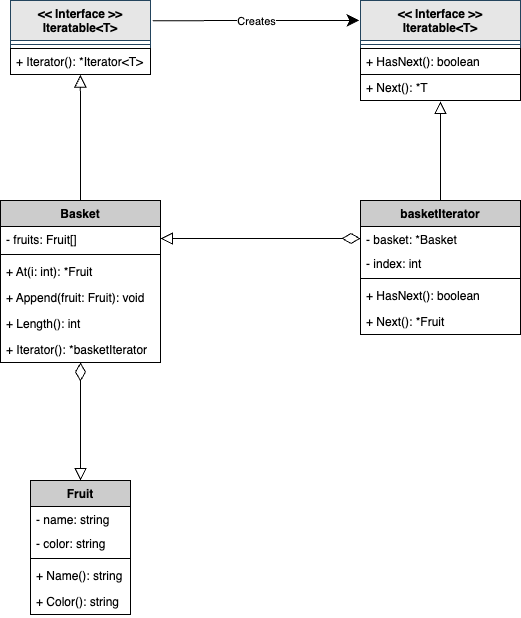
Before: internal/patterns/iterator/.docs/class-diagram.drawio.png, a diagram exported from draw.io (sh-yamaga/design-patterns-go). Source tidied: cells renumbered, new cells last; positions are measured from the earlier drawing's top-left corner, leaving out a move shared by most shapes. Source of this version:
```xml
<mxGraphModel background="#ffffff">
  <root>
    <mxCell id="0" />
    <mxCell id="1" parent="0" />
    <mxCell id="2" value="&lt;&lt; Interface &gt;&gt;&#10;Iteratable&lt;T&gt;" style="swimlane;fontStyle=1;align=center;verticalAlign=top;horizontal=1;startSize=40;fillColor=#E6E6E6;strokeColor=#23445d;fontColor=#000000;" parent="1" vertex="1">
      <mxGeometry x="10" width="140" height="74" as="geometry" />
    </mxCell>
    <mxCell id="3" style="line;strokeWidth=1;fillColor=none;align=left;verticalAlign=middle;spacingTop=-1;spacingLeft=3;spacingRight=3;labelPosition=right;strokeColor=inherit;" parent="2" vertex="1">
      <mxGeometry y="40" width="140" height="8" as="geometry" />
    </mxCell>
    <mxCell id="4" value="+ Iterator(): *Iterator&lt;T&gt;" style="text;strokeColor=#000000;fillColor=none;align=left;verticalAlign=top;spacingLeft=4;spacingRight=4;overflow=hidden;points=[[0,0.5],[1,0.5]];portConstraint=eastwest;fontColor=#000000;" parent="2" vertex="1">
      <mxGeometry y="48" width="140" height="26" as="geometry" />
    </mxCell>
    <mxCell id="5" value="&lt;&lt; Interface &gt;&gt;&#10;Iteratable&lt;T&gt;" style="swimlane;fontStyle=1;align=center;verticalAlign=top;horizontal=1;startSize=40;fillColor=#E6E6E6;strokeColor=#23445d;fontColor=#000000;" parent="1" vertex="1">
      <mxGeometry x="360" width="160" height="100" as="geometry" />
    </mxCell>
    <mxCell id="6" style="line;strokeWidth=1;fillColor=none;align=left;verticalAlign=middle;spacingTop=-1;spacingLeft=3;spacingRight=3;labelPosition=right;strokeColor=inherit;" parent="5" vertex="1">
      <mxGeometry y="40" width="160" height="8" as="geometry" />
    </mxCell>
    <mxCell id="7" value="+ HasNext(): boolean" style="text;strokeColor=#000000;fillColor=none;align=left;verticalAlign=top;spacingLeft=4;spacingRight=4;overflow=hidden;fontColor=#000000;" parent="5" vertex="1">
      <mxGeometry y="48" width="160" height="26" as="geometry" />
    </mxCell>
    <mxCell id="8" value="+ Next(): *T" style="text;strokeColor=#000000;fillColor=none;align=left;verticalAlign=top;spacingLeft=4;spacingRight=4;overflow=hidden;points=[[0,0.5],[1,0.5]];portConstraint=eastwest;fontColor=#000000;fontStyle=0;" parent="5" vertex="1">
      <mxGeometry y="74" width="160" height="26" as="geometry" />
    </mxCell>
    <mxCell id="9" style="endArrow=classic;html=1;strokeColor=#000000;fontColor=#000000;exitX=1.016;exitY=0.273;exitDx=0;exitDy=0;exitPerimeter=0;entryX=-0.007;entryY=0.199;entryDx=0;entryDy=0;entryPerimeter=0;endSize=10;" parent="1" edge="1" source="2" target="5">
      <mxGeometry relative="1" as="geometry" />
    </mxCell>
    <mxCell id="10" value="Creates" style="edgeLabel;html=1;align=center;verticalAlign=middle;labelBackgroundColor=#FFFFFF;strokeColor=#000000;fontColor=#000000;fillColor=none;" parent="9" vertex="1">
      <mxGeometry relative="1" as="geometry" />
    </mxCell>
    <mxCell id="11" value="Basket" style="swimlane;fontStyle=1;align=center;verticalAlign=top;horizontal=1;startSize=26;fillColor=#CCCCCC;fontColor=#000000;strokeColor=#000000;" parent="1" vertex="1">
      <mxGeometry y="200" width="160" height="162" as="geometry" />
    </mxCell>
    <mxCell id="12" value="- fruits: Fruit[]" style="text;strokeColor=none;fillColor=none;align=left;verticalAlign=top;spacingLeft=4;spacingRight=4;overflow=hidden;points=[[0,0.5],[1,0.5]];portConstraint=eastwest;fontColor=#000000;" parent="11" vertex="1">
      <mxGeometry y="26" width="160" height="24" as="geometry" />
    </mxCell>
    <mxCell id="13" style="line;strokeWidth=1;fillColor=none;align=left;verticalAlign=middle;spacingTop=-1;spacingLeft=3;spacingRight=3;labelPosition=right;strokeColor=inherit;" parent="11" vertex="1">
      <mxGeometry y="50" width="160" height="8" as="geometry" />
    </mxCell>
    <mxCell id="14" value="+ At(i: int): *Fruit" style="text;strokeColor=none;fillColor=none;align=left;verticalAlign=top;spacingLeft=4;spacingRight=4;overflow=hidden;fontColor=#000000;" parent="11" vertex="1">
      <mxGeometry y="58" width="160" height="26" as="geometry" />
    </mxCell>
    <mxCell id="15" value="+ Append(fruit: Fruit): void" style="text;strokeColor=none;fillColor=none;align=left;verticalAlign=top;spacingLeft=4;spacingRight=4;overflow=hidden;fontColor=#000000;" parent="11" vertex="1">
      <mxGeometry y="84" width="160" height="26" as="geometry" />
    </mxCell>
    <mxCell id="16" value="+ Length(): int" style="text;strokeColor=none;fillColor=none;align=left;verticalAlign=top;spacingLeft=4;spacingRight=4;overflow=hidden;fontColor=#000000;" parent="11" vertex="1">
      <mxGeometry y="110" width="160" height="26" as="geometry" />
    </mxCell>
    <mxCell id="17" value="+ Iterator(): *basketIterator" style="text;strokeColor=none;fillColor=none;align=left;verticalAlign=top;spacingLeft=4;spacingRight=4;overflow=hidden;points=[[0,0.5],[1,0.5]];portConstraint=eastwest;fontColor=#000000;" parent="11" vertex="1">
      <mxGeometry y="136" width="160" height="26" as="geometry" />
    </mxCell>
    <mxCell id="18" value="Fruit" style="swimlane;fontStyle=1;align=center;verticalAlign=top;horizontal=1;startSize=26;fillColor=#CCCCCC;fontColor=#000000;strokeColor=#000000;" parent="1" vertex="1">
      <mxGeometry x="30" y="480" width="100" height="134" as="geometry" />
    </mxCell>
    <mxCell id="19" value="- name: string" style="text;strokeColor=none;fillColor=none;align=left;verticalAlign=top;spacingLeft=4;spacingRight=4;overflow=hidden;fontColor=#000000;" parent="18" vertex="1">
      <mxGeometry y="26" width="100" height="24" as="geometry" />
    </mxCell>
    <mxCell id="20" value="- color: string" style="text;strokeColor=none;fillColor=none;align=left;verticalAlign=top;spacingLeft=4;spacingRight=4;overflow=hidden;fontColor=#000000;" parent="18" vertex="1">
      <mxGeometry y="50" width="100" height="24" as="geometry" />
    </mxCell>
    <mxCell id="21" style="line;strokeWidth=1;fillColor=none;align=left;verticalAlign=middle;spacingTop=-1;spacingLeft=3;spacingRight=3;labelPosition=right;strokeColor=inherit;" parent="18" vertex="1">
      <mxGeometry y="74" width="100" height="8" as="geometry" />
    </mxCell>
    <mxCell id="22" value="+ Name(): string" style="text;strokeColor=none;fillColor=none;align=left;verticalAlign=top;spacingLeft=4;spacingRight=4;overflow=hidden;fontColor=#000000;" parent="18" vertex="1">
      <mxGeometry y="82" width="100" height="26" as="geometry" />
    </mxCell>
    <mxCell id="23" value="+ Color(): string" style="text;strokeColor=none;fillColor=none;align=left;verticalAlign=top;spacingLeft=4;spacingRight=4;overflow=hidden;fontColor=#000000;" parent="18" vertex="1">
      <mxGeometry y="108" width="100" height="26" as="geometry" />
    </mxCell>
    <mxCell id="24" value="basketIterator" style="swimlane;fontStyle=1;align=center;verticalAlign=top;horizontal=1;startSize=26;fillColor=#CCCCCC;fontColor=#000000;strokeColor=#000000;" parent="1" vertex="1">
      <mxGeometry x="360" y="200" width="160" height="134" as="geometry" />
    </mxCell>
    <mxCell id="25" value="- basket: *Basket" style="text;strokeColor=none;fillColor=none;align=left;verticalAlign=top;spacingLeft=4;spacingRight=4;overflow=hidden;points=[[0,0.5],[1,0.5]];portConstraint=eastwest;fontColor=#000000;" parent="24" vertex="1">
      <mxGeometry y="26" width="160" height="24" as="geometry" />
    </mxCell>
    <mxCell id="26" value="- index: int" style="text;strokeColor=none;fillColor=none;align=left;verticalAlign=top;spacingLeft=4;spacingRight=4;overflow=hidden;fontColor=#000000;" parent="24" vertex="1">
      <mxGeometry y="50" width="160" height="24" as="geometry" />
    </mxCell>
    <mxCell id="27" style="line;strokeWidth=1;fillColor=none;align=left;verticalAlign=middle;spacingTop=-1;spacingLeft=3;spacingRight=3;labelPosition=right;strokeColor=inherit;" parent="24" vertex="1">
      <mxGeometry y="74" width="160" height="8" as="geometry" />
    </mxCell>
    <mxCell id="28" value="+ HasNext(): boolean" style="text;strokeColor=none;fillColor=none;align=left;verticalAlign=top;spacingLeft=4;spacingRight=4;overflow=hidden;fontColor=#000000;" parent="24" vertex="1">
      <mxGeometry y="82" width="160" height="26" as="geometry" />
    </mxCell>
    <mxCell id="29" value="+ Next(): *Fruit" style="text;strokeColor=none;fillColor=none;align=left;verticalAlign=top;spacingLeft=4;spacingRight=4;overflow=hidden;fontColor=#000000;" parent="24" vertex="1">
      <mxGeometry y="108" width="160" height="26" as="geometry" />
    </mxCell>
    <mxCell id="30" style="endArrow=block;html=1;fontColor=#000000;entryX=0.499;entryY=1.022;entryDx=0;entryDy=0;entryPerimeter=0;exitX=0.5;exitY=0;exitDx=0;exitDy=0;strokeColor=#000000;endFill=0;endSize=10;" parent="1" edge="1" source="11" target="4">
      <mxGeometry relative="1" as="geometry" />
    </mxCell>
    <mxCell id="31" style="endArrow=block;html=1;fontColor=#000000;entryX=0.5;entryY=1.038;entryDx=0;entryDy=0;entryPerimeter=0;exitX=0.5;exitY=0;exitDx=0;exitDy=0;strokeColor=#000000;endFill=0;endSize=10;" parent="1" edge="1" source="24" target="8">
      <mxGeometry relative="1" as="geometry" />
    </mxCell>
    <mxCell id="32" style="endArrow=block;html=1;fontColor=#000000;strokeColor=#000000;endFill=0;endSize=10;startArrow=diamondThin;startFill=0;startSize=16;exitX=0;exitY=0.5;exitDx=0;exitDy=0;entryX=1;entryY=0.5;entryDx=0;entryDy=0;" parent="1" edge="1" source="25" target="12">
      <mxGeometry relative="1" as="geometry" />
    </mxCell>
    <mxCell id="33" style="endArrow=block;html=1;fontColor=#000000;strokeColor=#000000;endFill=0;endSize=10;startArrow=diamondThin;startFill=0;startSize=16;entryX=0.5;entryY=0;entryDx=0;entryDy=0;" parent="1" edge="1" source="17" target="18">
      <mxGeometry relative="1" as="geometry" />
    </mxCell>
  </root>
</mxGraphModel>
```
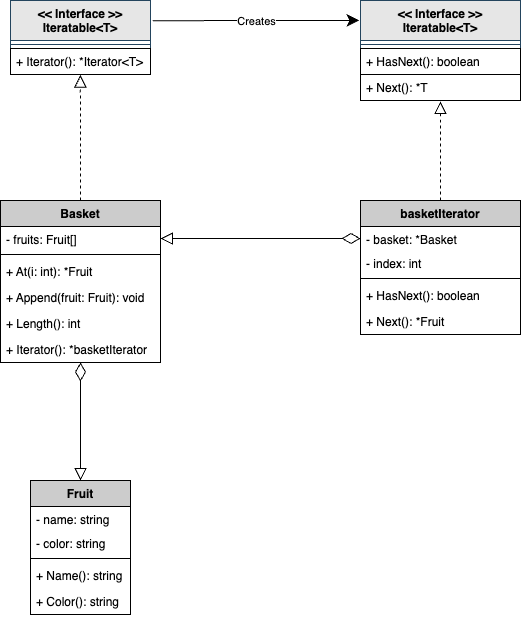
The same file after the commit.

Commit message:
[fix]#iterator_update diagram & README

What changed in the source:
```diff
@@ -86,10 +86,10 @@
     <mxCell id="29" value="+ Next(): *Fruit" style="text;strokeColor=none;fillColor=none;align=left;verticalAlign=top;spacingLeft=4;spacingRight=4;overflow=hidden;fontColor=#000000;" parent="24" vertex="1">
       <mxGeometry y="108" width="160" height="26" as="geometry" />
     </mxCell>
-    <mxCell id="30" style="endArrow=block;html=1;fontColor=#000000;entryX=0.499;entryY=1.022;entryDx=0;entryDy=0;entryPerimeter=0;exitX=0.5;exitY=0;exitDx=0;exitDy=0;strokeColor=#000000;endFill=0;endSize=10;" parent="1" edge="1" source="11" target="4">
+    <mxCell id="30" style="endArrow=block;html=1;fontColor=#000000;entryX=0.499;entryY=1.022;entryDx=0;entryDy=0;entryPerimeter=0;exitX=0.5;exitY=0;exitDx=0;exitDy=0;strokeColor=#000000;endFill=0;endSize=10;dashed=1;" parent="1" edge="1" source="11" target="4">
       <mxGeometry relative="1" as="geometry" />
     </mxCell>
-    <mxCell id="31" style="endArrow=block;html=1;fontColor=#000000;entryX=0.5;entryY=1.038;entryDx=0;entryDy=0;entryPerimeter=0;exitX=0.5;exitY=0;exitDx=0;exitDy=0;strokeColor=#000000;endFill=0;endSize=10;" parent="1" edge="1" source="24" target="8">
+    <mxCell id="31" style="endArrow=block;html=1;fontColor=#000000;entryX=0.5;entryY=1.038;entryDx=0;entryDy=0;entryPerimeter=0;exitX=0.5;exitY=0;exitDx=0;exitDy=0;strokeColor=#000000;endFill=0;endSize=10;dashed=1;" parent="1" edge="1" source="24" target="8">
       <mxGeometry relative="1" as="geometry" />
     </mxCell>
     <mxCell id="32" style="endArrow=block;html=1;fontColor=#000000;strokeColor=#000000;endFill=0;endSize=10;startArrow=diamondThin;startFill=0;startSize=16;exitX=0;exitY=0.5;exitDx=0;exitDy=0;entryX=1;entryY=0.5;entryDx=0;entryDy=0;" parent="1" edge="1" source="25" target="12">
```
